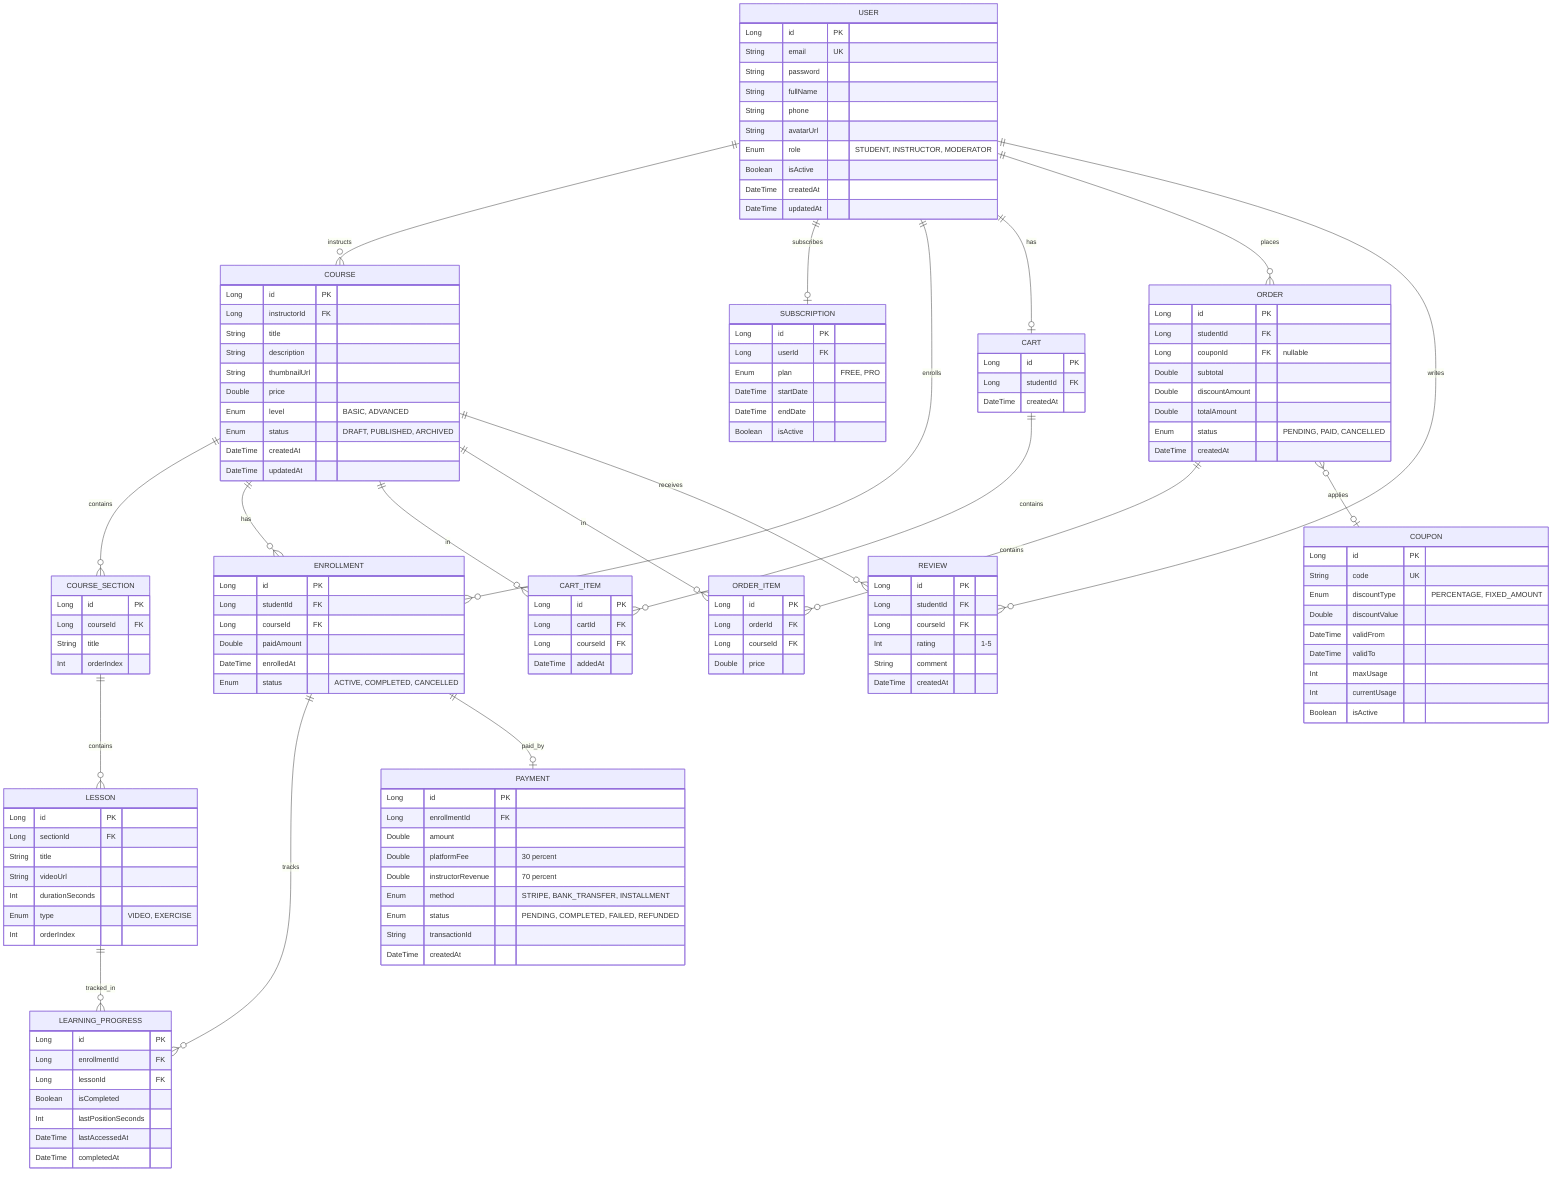
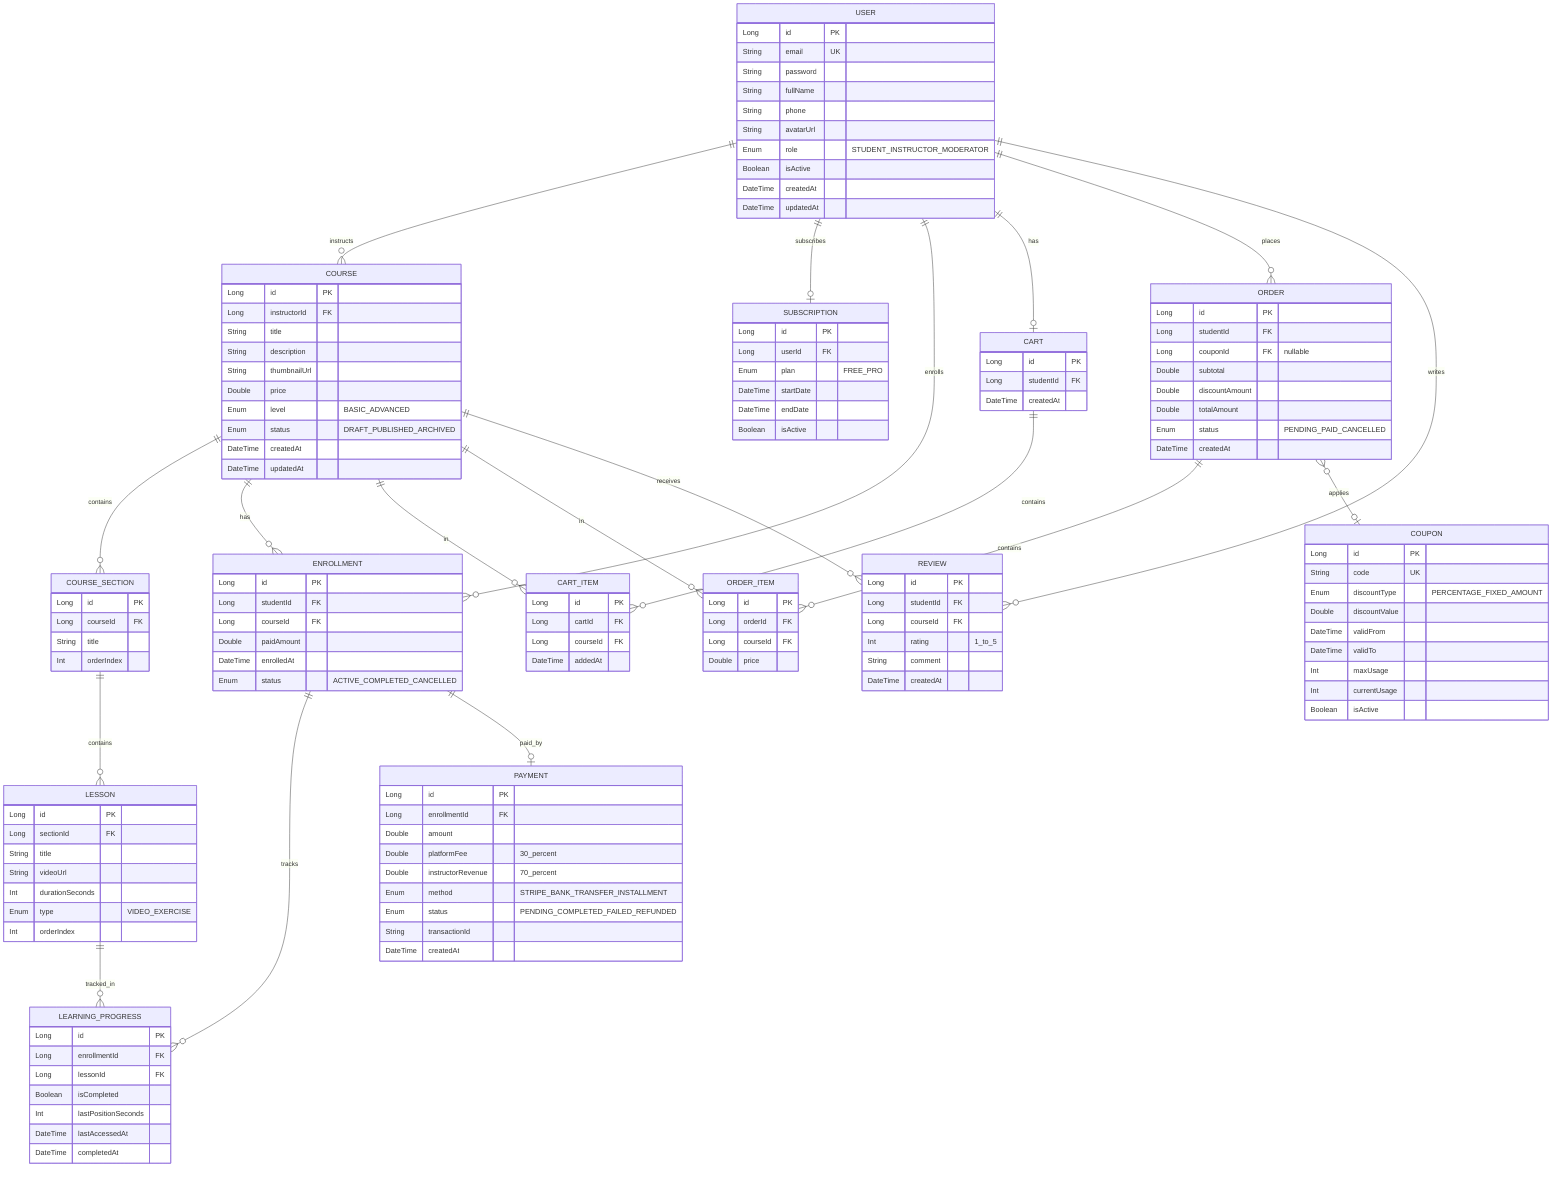
erDiagram
    USER {
        Long id PK
        String email UK
        String password
        String fullName
        String phone
        String avatarUrl
-         Enum role "STUDENT, INSTRUCTOR, MODERATOR"
+         Enum role "STUDENT_INSTRUCTOR_MODERATOR"
        Boolean isActive
        DateTime createdAt
        DateTime updatedAt
    }

    SUBSCRIPTION {
        Long id PK
        Long userId FK
-         Enum plan "FREE, PRO"
+         Enum plan "FREE_PRO"
        DateTime startDate
        DateTime endDate
        Boolean isActive
    }

    COURSE {
        Long id PK
        Long instructorId FK
        String title
        String description
        String thumbnailUrl
        Double price
-         Enum level "BASIC, ADVANCED"
-         Enum status "DRAFT, PUBLISHED, ARCHIVED"
+         Enum level "BASIC_ADVANCED"
+         Enum status "DRAFT_PUBLISHED_ARCHIVED"
        DateTime createdAt
        DateTime updatedAt
    }

    COURSE_SECTION {
        Long id PK
        Long courseId FK
        String title
        Int orderIndex
    }

    LESSON {
        Long id PK
        Long sectionId FK
        String title
        String videoUrl
        Int durationSeconds
-         Enum type "VIDEO, EXERCISE"
+         Enum type "VIDEO_EXERCISE"
        Int orderIndex
    }

    ENROLLMENT {
        Long id PK
        Long studentId FK
        Long courseId FK
        Double paidAmount
        DateTime enrolledAt
-         Enum status "ACTIVE, COMPLETED, CANCELLED"
+         Enum status "ACTIVE_COMPLETED_CANCELLED"
    }

    LEARNING_PROGRESS {
        Long id PK
        Long enrollmentId FK
        Long lessonId FK
        Boolean isCompleted
        Int lastPositionSeconds
        DateTime lastAccessedAt
        DateTime completedAt
    }

    PAYMENT {
        Long id PK
        Long enrollmentId FK
        Double amount
-         Double platformFee "30 percent"
-         Double instructorRevenue "70 percent"
-         Enum method "STRIPE, BANK_TRANSFER, INSTALLMENT"
-         Enum status "PENDING, COMPLETED, FAILED, REFUNDED"
+         Double platformFee "30_percent"
+         Double instructorRevenue "70_percent"
+         Enum method "STRIPE_BANK_TRANSFER_INSTALLMENT"
+         Enum status "PENDING_COMPLETED_FAILED_REFUNDED"
        String transactionId
        DateTime createdAt
    }

    COUPON {
        Long id PK
        String code UK
-         Enum discountType "PERCENTAGE, FIXED_AMOUNT"
+         Enum discountType "PERCENTAGE_FIXED_AMOUNT"
        Double discountValue
        DateTime validFrom
        DateTime validTo
        Int maxUsage
        Int currentUsage
        Boolean isActive
    }

    CART {
        Long id PK
        Long studentId FK
        DateTime createdAt
    }

    CART_ITEM {
        Long id PK
        Long cartId FK
        Long courseId FK
        DateTime addedAt
    }

    ORDER {
        Long id PK
        Long studentId FK
        Long couponId FK "nullable"
        Double subtotal
        Double discountAmount
        Double totalAmount
-         Enum status "PENDING, PAID, CANCELLED"
+         Enum status "PENDING_PAID_CANCELLED"
        DateTime createdAt
    }

    ORDER_ITEM {
        Long id PK
        Long orderId FK
        Long courseId FK
        Double price
    }

    REVIEW {
        Long id PK
        Long studentId FK
        Long courseId FK
-         Int rating "1-5"
+         Int rating "1_to_5"
        String comment
        DateTime createdAt
    }

    USER ||--o{ COURSE : "instructs"
    USER ||--o| SUBSCRIPTION : "subscribes"
    USER ||--o{ ENROLLMENT : "enrolls"
    USER ||--o| CART : "has"
    USER ||--o{ ORDER : "places"
    USER ||--o{ REVIEW : "writes"
    COURSE ||--o{ COURSE_SECTION : "contains"
    COURSE_SECTION ||--o{ LESSON : "contains"
    COURSE ||--o{ ENROLLMENT : "has"
    COURSE ||--o{ CART_ITEM : "in"
    COURSE ||--o{ ORDER_ITEM : "in"
    COURSE ||--o{ REVIEW : "receives"
    ENROLLMENT ||--o{ LEARNING_PROGRESS : "tracks"
    ENROLLMENT ||--o| PAYMENT : "paid_by"
    LESSON ||--o{ LEARNING_PROGRESS : "tracked_in"
    CART ||--o{ CART_ITEM : "contains"
    ORDER ||--o{ ORDER_ITEM : "contains"
-     ORDER }o--o| COUPON : "applies"
+     ORDER }o--o| COUPON : "applies"